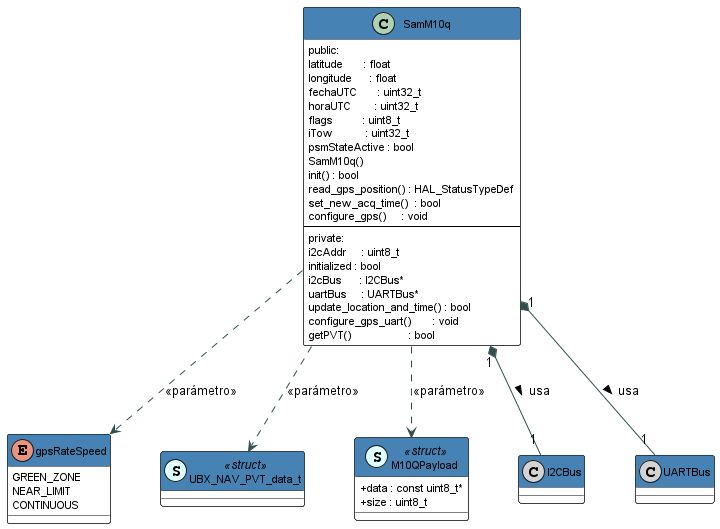
This is docs/06 UMLs/gps_sam_m10q_class.png from AgustinPessina00/TPP-IntelliFence, a PlantUML export, as it was before one commit.
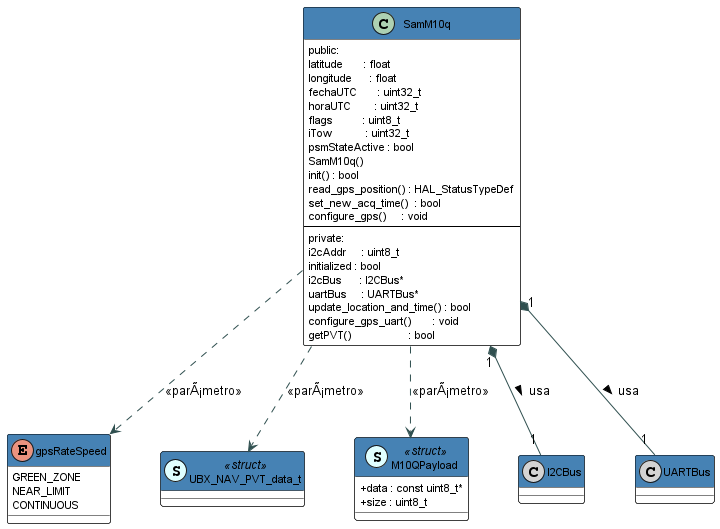
After the change.

What changed in the source:
```diff
@@ -66,8 +66,8 @@
 SamM10q "1" *-- "1" I2CBus    : usa >
 SamM10q "1" *-- "1" UARTBus   : usa >
 
-SamM10q ..> UBX_NAV_PVT_data_t : <<parámetro>>
-SamM10q ..> M10QPayload         : <<parámetro>>
-SamM10q ..> gpsRateSpeed        : <<parámetro>>
+SamM10q ..> UBX_NAV_PVT_data_t : <<parÃ¡metro>>
+SamM10q ..> M10QPayload         : <<parÃ¡metro>>
+SamM10q ..> gpsRateSpeed        : <<parÃ¡metro>>
 
 @enduml
```
